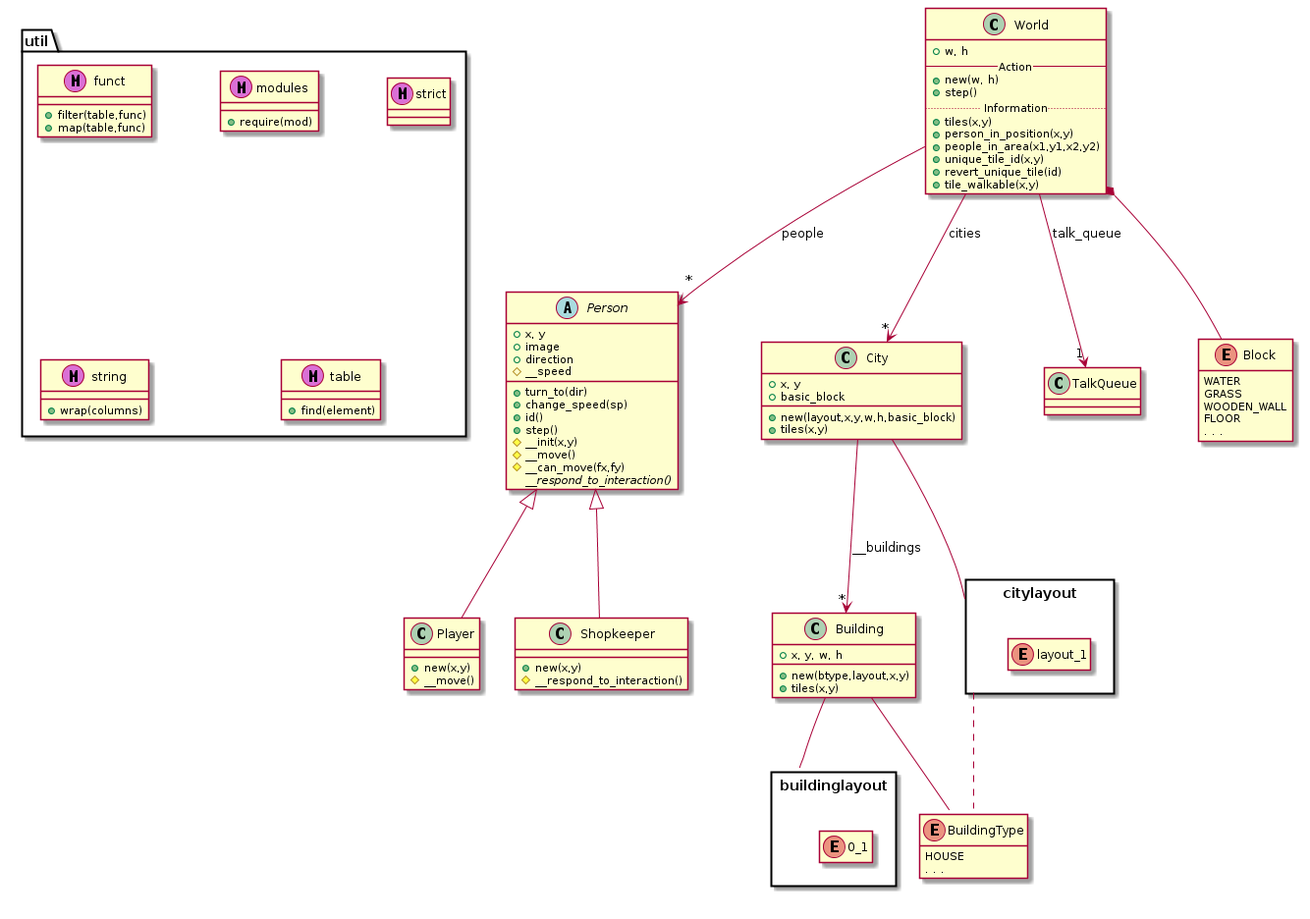
Above: doc/engine.png in andrenho/newhope (PlantUML), before the change.
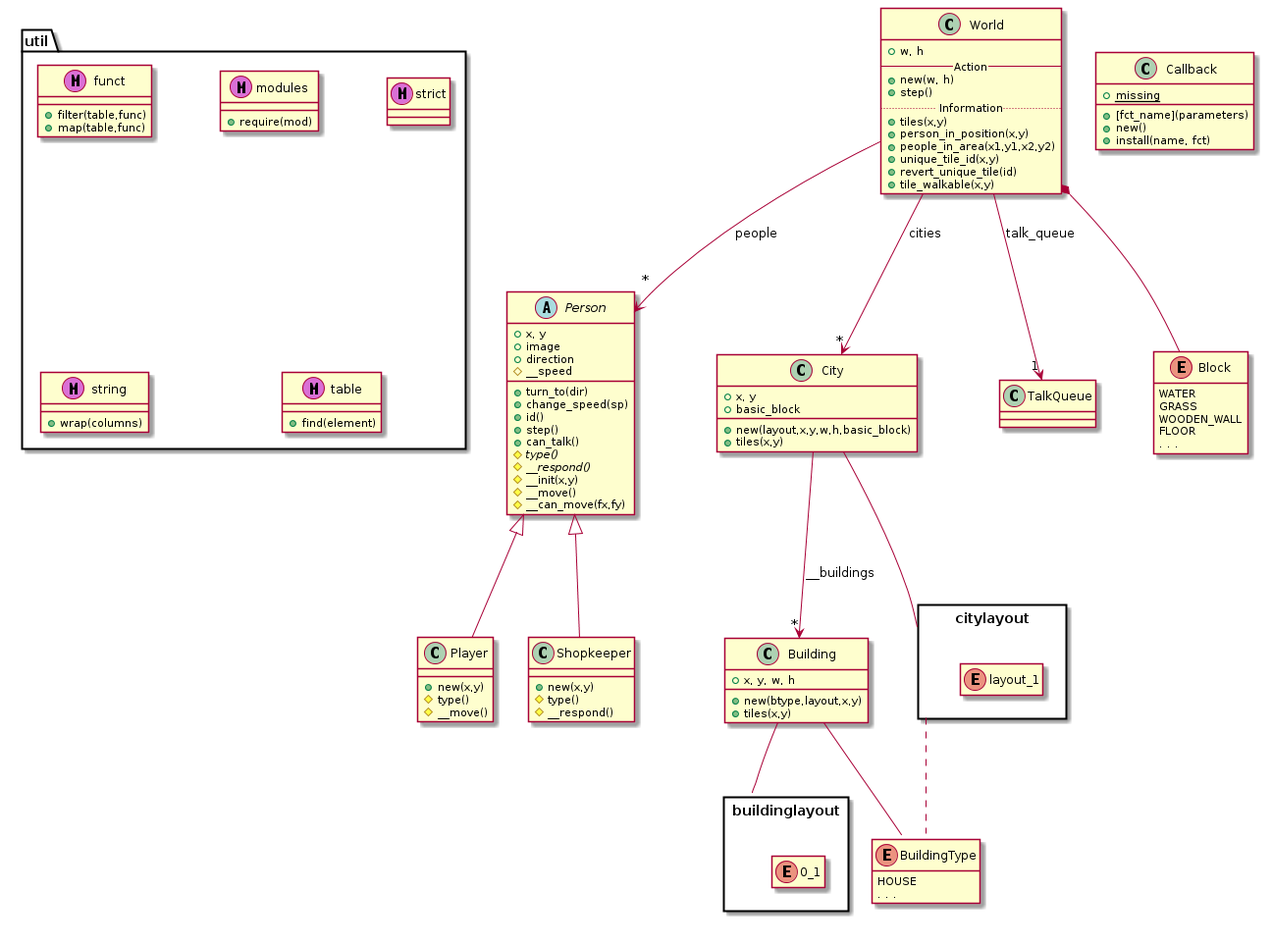
Above is the later version.

Diff of the diagram source:
```diff
@@ -52,20 +52,24 @@
   +change_speed(sp)
   +id()
   +step()
+  +can_talk()
+  #{abstract} type()
+  #{abstract} __respond()
   #__init(x,y)
   #__move()
   #__can_move(fx,fy)
-  {abstract} #__respond_to_interaction()
 }
 
 class Player {
   +new(x,y)
+  #type()
   #__move()
 }
 
 class Shopkeeper {
   +new(x,y)
-  #__respond_to_interaction()
+  #type()
+  #__respond()
 }
 
 class City {
@@ -101,6 +105,13 @@
 hide enum 0_1 members
 hide enum 0_1 methods
 
+class Callback {
+  +[fct_name](parameters)
+  +new()
+  +install(name, fct)
+  +{static} missing
+}
+
 class funct {
   +filter(table,func)
   +map(table,func)
```
